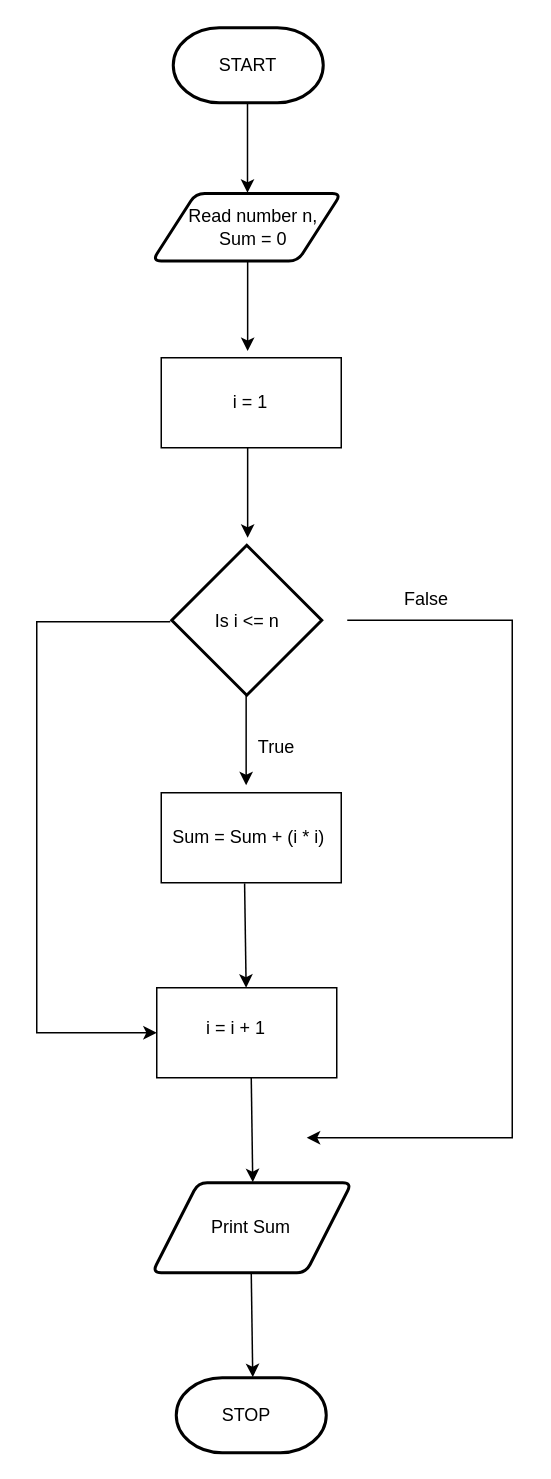
Before: page "Page-1" (1 of 2) of Untitled Diagram.drawio in lorens247/confusion, a draw.io diagram. Source tidied: cells renumbered, new cells numbered last; positions are measured from the earlier drawing's top-left corner, leaving out a move shared by most shapes. Both pictures are drawn from the tidied source at 150%, with x=0, y=0 at pixel (36, 27).
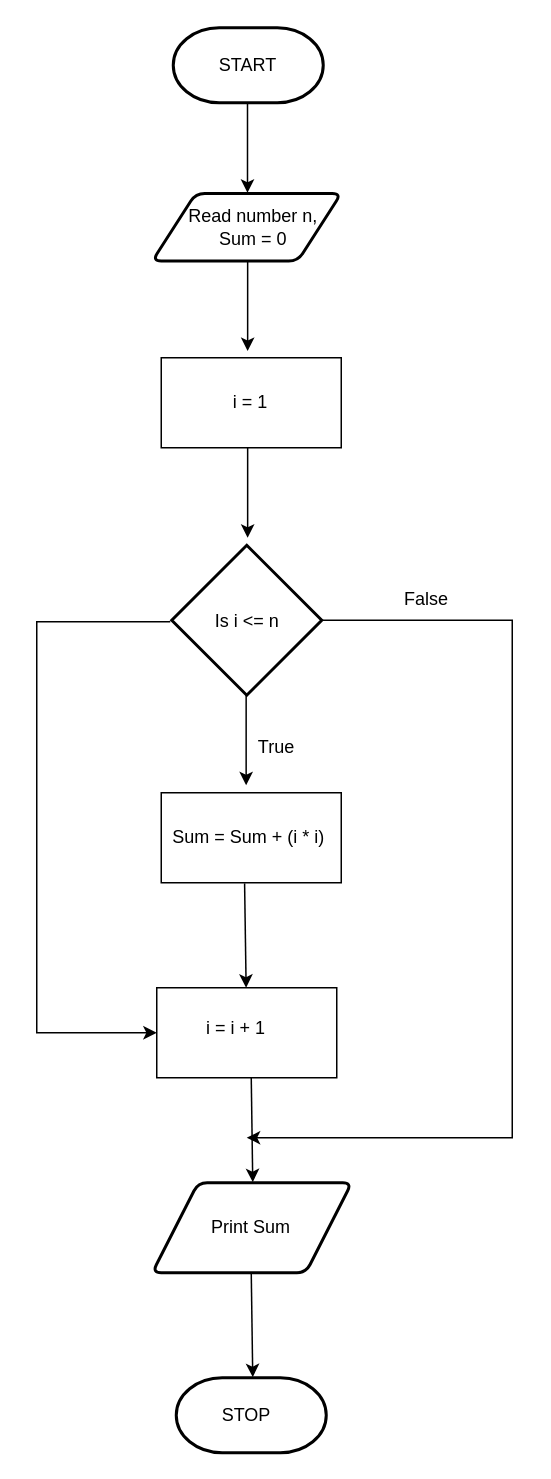
Above is the later version.

The change refers to these unchanged cells:
```xml
<mxCell id="5" style="strokeWidth=2;html=1;shape=mxgraph.flowchart.decision;whiteSpace=wrap;" parent="1" vertex="1">
  <mxGeometry x="90" y="345" width="100" height="100" as="geometry" />
</mxCell>
```

The edit, as a diff of the source:
```diff
@@
-    <mxCell id="21" style="endArrow=classic;html=1;rounded=0;" parent="1" edge="1">
+    <mxCell id="21" style="endArrow=classic;html=1;rounded=0;exitX=1;exitY=0.5;exitDx=0;exitDy=0;exitPerimeter=0;" parent="1" edge="1" source="5">
       <mxGeometry relative="1" as="geometry">
-        <mxPoint x="207" y="395" as="sourcePoint" />
-        <mxPoint x="180" y="740" as="targetPoint" />
+        <mxPoint x="140" y="740" as="targetPoint" />
         <Array as="points">
           <mxPoint x="317" y="395" />
           <mxPoint x="317" y="740" />
         </Array>
       </mxGeometry>
     </mxCell>
```
